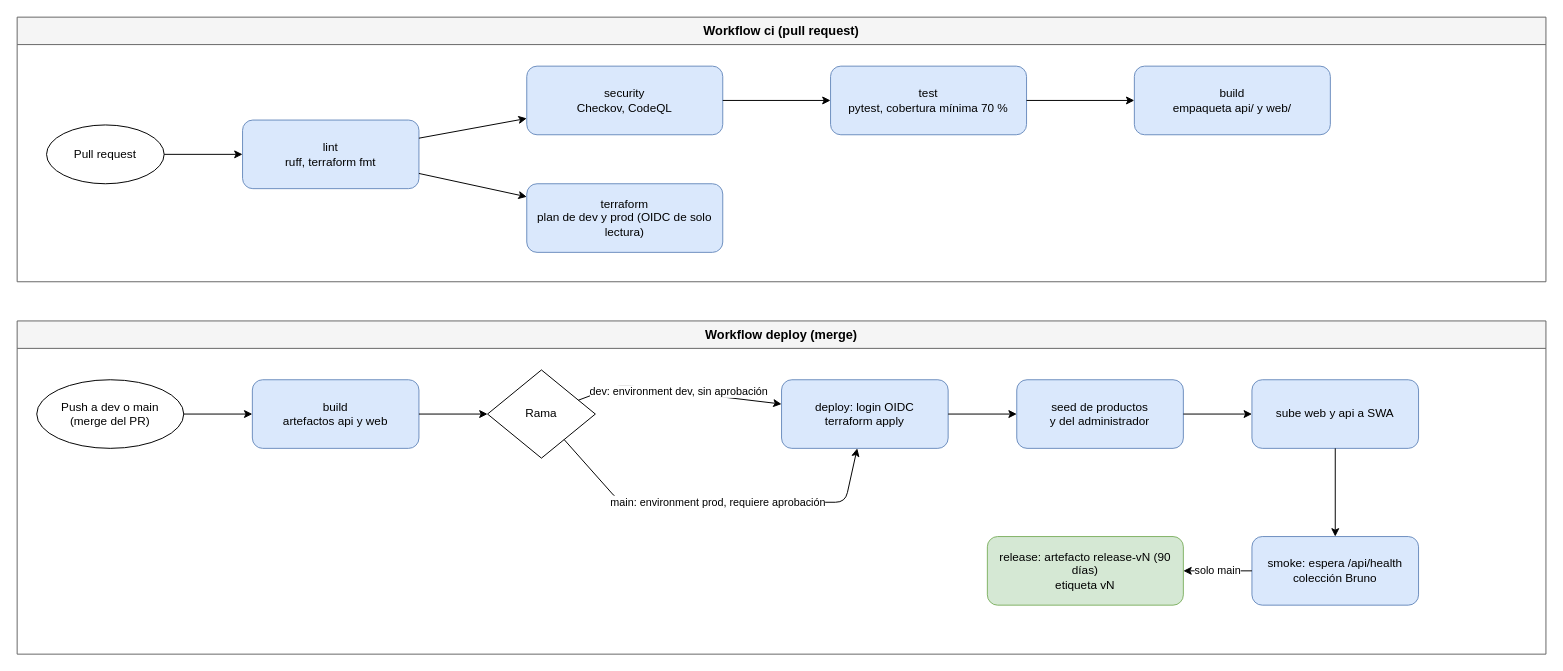
Earlier version of the draw.io diagram docs/diagramas/pipeline.drawio (Andr3xDev/migas-en-la-nube). Source tidied: cells renumbered, new cells numbered last; positions are measured from the earlier drawing's top-left corner, leaving out a move shared by most shapes. Both pictures are drawn from the tidied source at 98%, with x=0, y=0 at pixel (17, 17).
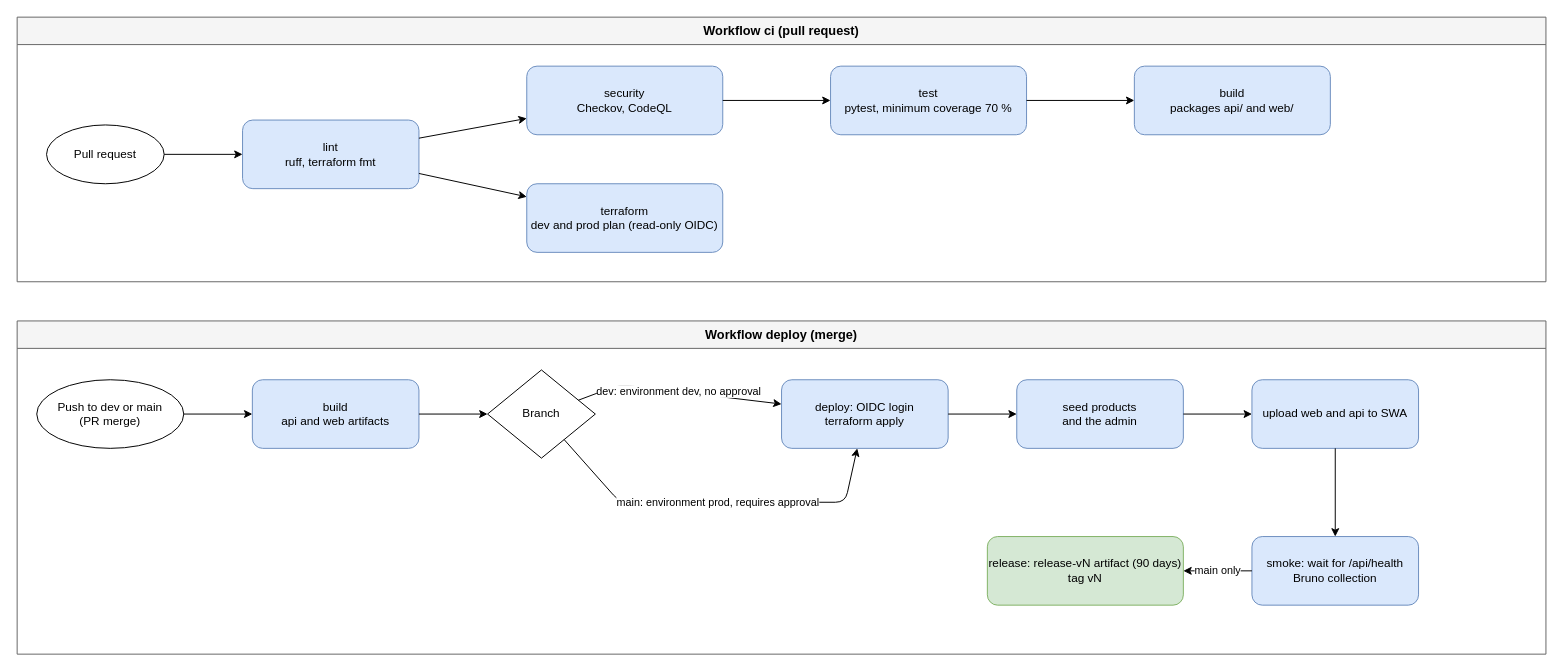
The same page after the edit.

Unchanged cells that the change refers to:
```xml
<mxCell id="2" value="Workflow ci (pull request)" style="swimlane;whiteSpace=wrap;html=1;fontSize=13;startSize=28;fillColor=#f5f5f5;strokeColor=#666666;" parent="1" vertex="1">
  <mxGeometry width="1560" height="270" as="geometry" />
</mxCell>
<mxCell id="9" value="Workflow deploy (merge)" style="swimlane;whiteSpace=wrap;html=1;fontSize=13;startSize=28;fillColor=#f5f5f5;strokeColor=#666666;" parent="1" vertex="1">
  <mxGeometry y="310" width="1560" height="340" as="geometry" />
</mxCell>
```

Diff of the diagram source:
```diff
@@
-    <mxCell id="6" value="terraform&#10;plan de dev y prod (OIDC de solo lectura)" style="rounded=1;whiteSpace=wrap;html=1;fontSize=12;fillColor=#dae8fc;strokeColor=#6c8ebf;" parent="2" vertex="1">
+    <mxCell id="6" value="terraform&#10;dev and prod plan (read-only OIDC)" style="rounded=1;whiteSpace=wrap;html=1;fontSize=12;fillColor=#dae8fc;strokeColor=#6c8ebf;" parent="2" vertex="1">
       <mxGeometry x="520" y="170" width="200" height="70" as="geometry" />
     </mxCell>
-    <mxCell id="7" value="test&#10;pytest, cobertura mínima 70 %" style="rounded=1;whiteSpace=wrap;html=1;fontSize=12;fillColor=#dae8fc;strokeColor=#6c8ebf;" parent="2" vertex="1">
+    <mxCell id="7" value="test&#10;pytest, minimum coverage 70 %" style="rounded=1;whiteSpace=wrap;html=1;fontSize=12;fillColor=#dae8fc;strokeColor=#6c8ebf;" parent="2" vertex="1">
       <mxGeometry x="830" y="50" width="200" height="70" as="geometry" />
     </mxCell>
-    <mxCell id="8" value="build&#10;empaqueta api/ y web/" style="rounded=1;whiteSpace=wrap;html=1;fontSize=12;fillColor=#dae8fc;strokeColor=#6c8ebf;" parent="2" vertex="1">
+    <mxCell id="8" value="build&#10;packages api/ and web/" style="rounded=1;whiteSpace=wrap;html=1;fontSize=12;fillColor=#dae8fc;strokeColor=#6c8ebf;" parent="2" vertex="1">
       <mxGeometry x="1140" y="50" width="200" height="70" as="geometry" />
     </mxCell>
@@
-    <mxCell id="10" value="Push a dev o main&#10;(merge del PR)" style="ellipse;whiteSpace=wrap;html=1;fontSize=12;" parent="9" vertex="1">
+    <mxCell id="10" value="Push to dev or main&#10;(PR merge)" style="ellipse;whiteSpace=wrap;html=1;fontSize=12;" parent="9" vertex="1">
       <mxGeometry x="20" y="60" width="150" height="70" as="geometry" />
     </mxCell>
-    <mxCell id="11" value="build&#10;artefactos api y web" style="rounded=1;whiteSpace=wrap;html=1;fontSize=12;fillColor=#dae8fc;strokeColor=#6c8ebf;" parent="9" vertex="1">
+    <mxCell id="11" value="build&#10;api and web artifacts" style="rounded=1;whiteSpace=wrap;html=1;fontSize=12;fillColor=#dae8fc;strokeColor=#6c8ebf;" parent="9" vertex="1">
       <mxGeometry x="240" y="60" width="170" height="70" as="geometry" />
     </mxCell>
-    <mxCell id="12" value="Rama" style="rhombus;whiteSpace=wrap;html=1;fontSize=12;" parent="9" vertex="1">
+    <mxCell id="12" value="Branch" style="rhombus;whiteSpace=wrap;html=1;fontSize=12;" parent="9" vertex="1">
       <mxGeometry x="480" y="50" width="110" height="90" as="geometry" />
     </mxCell>
-    <mxCell id="13" value="deploy: login OIDC&#10;terraform apply" style="rounded=1;whiteSpace=wrap;html=1;fontSize=12;fillColor=#dae8fc;strokeColor=#6c8ebf;" parent="9" vertex="1">
+    <mxCell id="13" value="deploy: OIDC login&#10;terraform apply" style="rounded=1;whiteSpace=wrap;html=1;fontSize=12;fillColor=#dae8fc;strokeColor=#6c8ebf;" parent="9" vertex="1">
       <mxGeometry x="780" y="60" width="170" height="70" as="geometry" />
     </mxCell>
-    <mxCell id="14" value="seed de productos&#10;y del administrador" style="rounded=1;whiteSpace=wrap;html=1;fontSize=12;fillColor=#dae8fc;strokeColor=#6c8ebf;" parent="9" vertex="1">
+    <mxCell id="14" value="seed products&#10;and the admin" style="rounded=1;whiteSpace=wrap;html=1;fontSize=12;fillColor=#dae8fc;strokeColor=#6c8ebf;" parent="9" vertex="1">
       <mxGeometry x="1020" y="60" width="170" height="70" as="geometry" />
     </mxCell>
-    <mxCell id="15" value="sube web y api a SWA" style="rounded=1;whiteSpace=wrap;html=1;fontSize=12;fillColor=#dae8fc;strokeColor=#6c8ebf;" parent="9" vertex="1">
+    <mxCell id="15" value="upload web and api to SWA" style="rounded=1;whiteSpace=wrap;html=1;fontSize=12;fillColor=#dae8fc;strokeColor=#6c8ebf;" parent="9" vertex="1">
       <mxGeometry x="1260" y="60" width="170" height="70" as="geometry" />
     </mxCell>
-    <mxCell id="16" value="smoke: espera /api/health&#10;colección Bruno" style="rounded=1;whiteSpace=wrap;html=1;fontSize=12;fillColor=#dae8fc;strokeColor=#6c8ebf;" parent="9" vertex="1">
+    <mxCell id="16" value="smoke: wait for /api/health&#10;Bruno collection" style="rounded=1;whiteSpace=wrap;html=1;fontSize=12;fillColor=#dae8fc;strokeColor=#6c8ebf;" parent="9" vertex="1">
       <mxGeometry x="1260" y="220" width="170" height="70" as="geometry" />
     </mxCell>
-    <mxCell id="17" value="release: artefacto release-vN (90 días)&#10;etiqueta vN" style="rounded=1;whiteSpace=wrap;html=1;fontSize=12;fillColor=#d5e8d4;strokeColor=#82b366;" parent="9" vertex="1">
+    <mxCell id="17" value="release: release-vN artifact (90 days)&#10;tag vN" style="rounded=1;whiteSpace=wrap;html=1;fontSize=12;fillColor=#d5e8d4;strokeColor=#82b366;" parent="9" vertex="1">
       <mxGeometry x="990" y="220" width="200" height="70" as="geometry" />
     </mxCell>
@@
-    <mxCell id="25" value="dev: environment dev, sin aprobación" style="endArrow=classic;html=1;fontSize=11;" parent="1" edge="1" source="12" target="13">
+    <mxCell id="25" value="dev: environment dev, no approval" style="endArrow=classic;html=1;fontSize=11;" parent="1" edge="1" source="12" target="13">
       <mxGeometry relative="1" as="geometry">
         <Array as="points">
           <mxPoint x="615" y="375" />
         </Array>
       </mxGeometry>
     </mxCell>
-    <mxCell id="26" value="main: environment prod, requiere aprobación" style="endArrow=classic;html=1;fontSize=11;" parent="1" edge="1" source="12" target="13">
+    <mxCell id="26" value="main: environment prod, requires approval" style="endArrow=classic;html=1;fontSize=11;" parent="1" edge="1" source="12" target="13">
       <mxGeometry relative="1" as="geometry">
         <Array as="points">
           <mxPoint x="615" y="495" />
           <mxPoint x="845" y="495" />
         </Array>
       </mxGeometry>
     </mxCell>
@@
-    <mxCell id="30" value="solo main" style="endArrow=classic;html=1;fontSize=11;" parent="1" edge="1" source="16" target="17">
+    <mxCell id="30" value="main only" style="endArrow=classic;html=1;fontSize=11;" parent="1" edge="1" source="16" target="17">
       <mxGeometry relative="1" as="geometry" />
     </mxCell>
```
